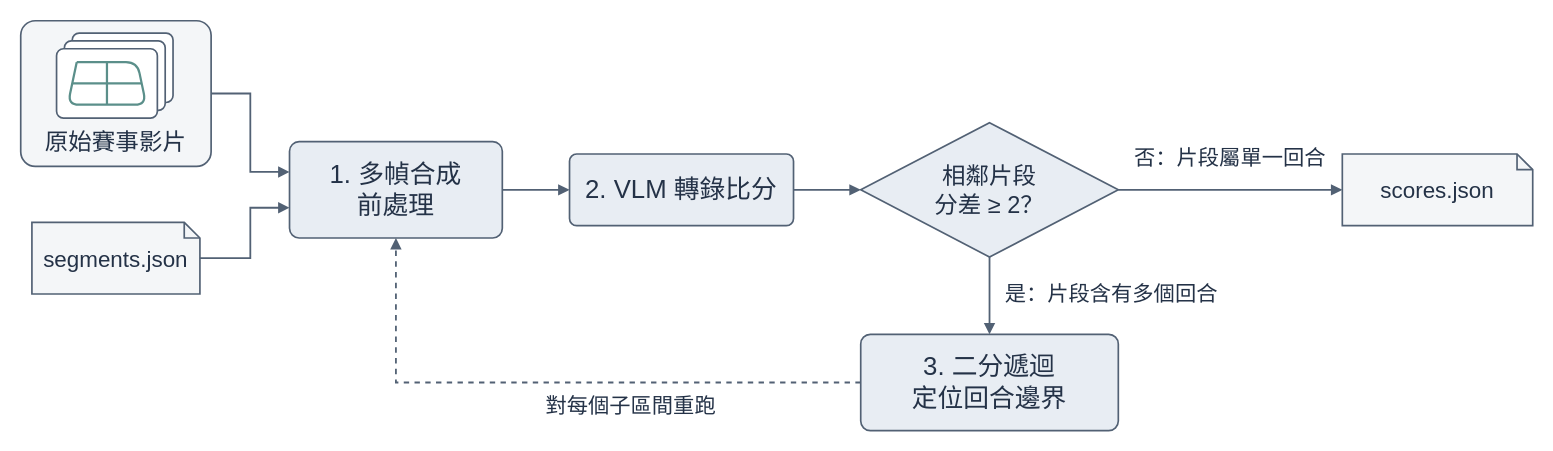
Before: docs/figures/report/score-recognition.drawio in 2026bmtproject/badminton-analysis-system, a draw.io diagram. Source tidied: cells renumbered, new cells numbered last; positions are measured from the earlier drawing's top-left corner, leaving out a move shared by most shapes. Both pictures are drawn from the tidied source at 112%, with x=0, y=0 at pixel (20, 20).
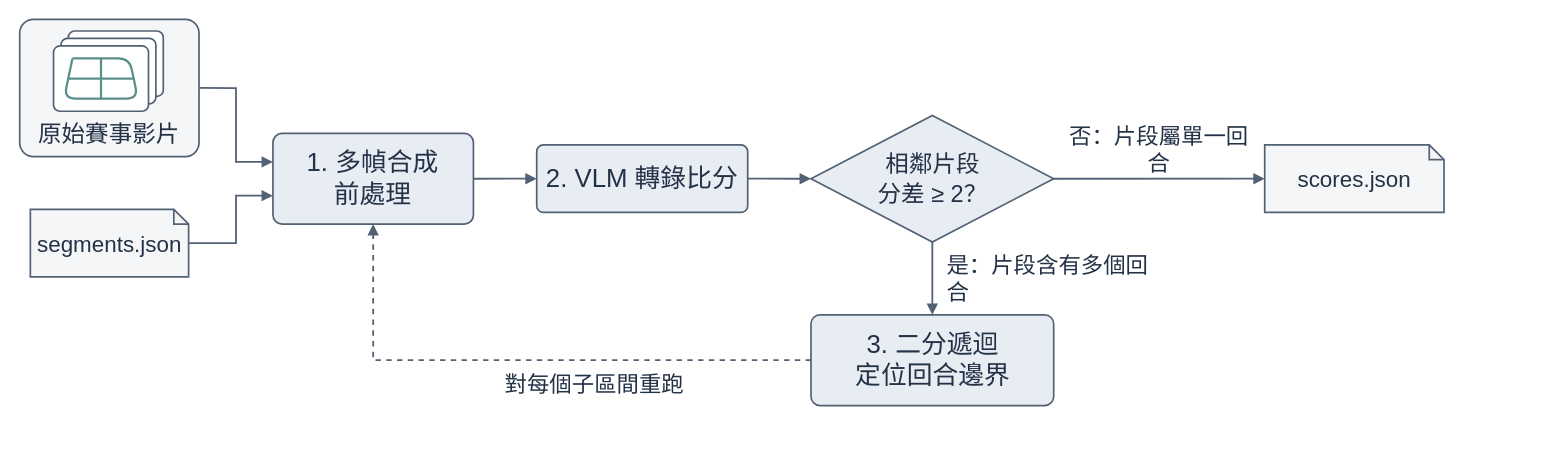
The same diagram, later.

The edit, as a diff of the source:
```diff
@@
     <mxCell id="2" style="rounded=1;arcSize=10;fillColor=#F4F6F8;strokeColor=#526174;strokeWidth=1.5;dashed=0;html=0;whiteSpace=wrap;align=center;verticalAlign=middle;fontFamily=Arial Unicode MS;fontSize=23;fontColor=#243247;" parent="1" vertex="1">
-      <mxGeometry width="170" height="130" as="geometry" />
+      <mxGeometry x="-0.9" y="-1.2" width="160.1" height="122.5" as="geometry" />
     </mxCell>
     <mxCell id="3" value="原始賽事影片" style="text;html=0;whiteSpace=wrap;align=center;verticalAlign=middle;fontFamily=Arial Unicode MS;fontSize=21;fontColor=#243247;align=center;" parent="1" vertex="1">
-      <mxGeometry y="90" width="170" height="36" as="geometry" />
+      <mxGeometry x="-0.9" y="83.6" width="160.1" height="33.9" as="geometry" />
     </mxCell>
     <mxCell id="4" style="rounded=1;arcSize=10;fillColor=#FFFFFF;strokeColor=#526174;strokeWidth=1.5;dashed=0;html=0;whiteSpace=wrap;align=center;verticalAlign=middle;fontFamily=Arial Unicode MS;fontSize=23;fontColor=#243247;" parent="1" vertex="1">
-      <mxGeometry x="46" y="11" width="90" height="62" as="geometry" />
+      <mxGeometry x="42.5" y="9.2" width="84.8" height="58.4" as="geometry" />
     </mxCell>
     <mxCell id="5" style="rounded=1;arcSize=10;fillColor=#FFFFFF;strokeColor=#526174;strokeWidth=1.5;dashed=0;html=0;whiteSpace=wrap;align=center;verticalAlign=middle;fontFamily=Arial Unicode MS;fontSize=23;fontColor=#243247;" parent="1" vertex="1">
-      <mxGeometry x="39" y="18" width="90" height="62" as="geometry" />
+      <mxGeometry x="35.9" y="15.8" width="84.8" height="58.4" as="geometry" />
     </mxCell>
     <mxCell id="6" style="rounded=1;arcSize=10;fillColor=#FFFFFF;strokeColor=#526174;strokeWidth=1.5;dashed=0;html=0;whiteSpace=wrap;align=center;verticalAlign=middle;fontFamily=Arial Unicode MS;fontSize=23;fontColor=#243247;" parent="1" vertex="1">
-      <mxGeometry x="32" y="25" width="90" height="62" as="geometry" />
+      <mxGeometry x="29.3" y="22.4" width="84.8" height="58.4" as="geometry" />
     </mxCell>
     <mxCell id="7" style="endArrow=none;strokeColor=#5B8F8A;strokeWidth=2;" parent="1" edge="1">
       <mxGeometry relative="1" as="geometry">
-        <mxPoint x="50" y="37" as="sourcePoint" />
-        <mxPoint x="50" y="37" as="targetPoint" />
+        <mxPoint x="46.2" y="33.7" as="sourcePoint" />
+        <mxPoint x="46.2" y="33.7" as="targetPoint" />
         <Array as="points">
-          <mxPoint x="104" y="37" />
-          <mxPoint x="112" y="75" />
-          <mxPoint x="42" y="75" />
+          <mxPoint x="97.1" y="33.7" />
+          <mxPoint x="104.6" y="69.5" />
+          <mxPoint x="38.7" y="69.5" />
         </Array>
       </mxGeometry>
     </mxCell>
     <mxCell id="8" style="endArrow=none;strokeColor=#5B8F8A;strokeWidth=2;" parent="1" edge="1">
       <mxGeometry relative="1" as="geometry">
-        <mxPoint x="46" y="56" as="sourcePoint" />
-        <mxPoint x="108" y="56" as="targetPoint" />
+        <mxPoint x="42.5" y="51.6" as="sourcePoint" />
+        <mxPoint x="100.9" y="51.6" as="targetPoint" />
       </mxGeometry>
     </mxCell>
     <mxCell id="9" style="endArrow=none;strokeColor=#5B8F8A;strokeWidth=2;" parent="1" edge="1">
       <mxGeometry relative="1" as="geometry">
-        <mxPoint x="77" y="37" as="sourcePoint" />
-        <mxPoint x="77" y="75" as="targetPoint" />
+        <mxPoint x="71.7" y="33.7" as="sourcePoint" />
+        <mxPoint x="71.7" y="69.5" as="targetPoint" />
       </mxGeometry>
     </mxCell>
-    <mxCell id="10" value="segments.json" style="shape=note;size=14;fillColor=#F4F6F8;strokeColor=#526174;strokeWidth=1.5;dashed=0;html=0;whiteSpace=wrap;align=center;verticalAlign=middle;fontFamily=Arial Unicode MS;fontSize=20;fontColor=#243247;" parent="1" vertex="1">
-      <mxGeometry x="10" y="180" width="150" height="64" as="geometry" />
+    <mxCell id="10" value="segments.json" style="shape=note;size=13.19;fillColor=#F4F6F8;strokeColor=#526174;strokeWidth=1.5;dashed=0;html=0;whiteSpace=wrap;align=center;verticalAlign=middle;fontFamily=Arial Unicode MS;fontSize=20;fontColor=#243247;" parent="1" vertex="1">
+      <mxGeometry x="8.6" y="168.4" width="141.3" height="60.3" as="geometry" />
     </mxCell>
     <mxCell id="11" value="1. 多幀合成&#10;前處理" style="rounded=1;arcSize=10;fillColor=#E8EDF3;strokeColor=#526174;strokeWidth=1.5;dashed=0;html=0;whiteSpace=wrap;align=center;verticalAlign=middle;fontFamily=Arial Unicode MS;fontSize=23;fontColor=#243247;" parent="1" vertex="1">
-      <mxGeometry x="240" y="108" width="190" height="86" as="geometry" />
+      <mxGeometry x="225.2" y="100.6" width="179" height="81" as="geometry" />
     </mxCell>
     <mxCell id="12" value="2. VLM 轉錄比分" style="rounded=1;arcSize=10;fillColor=#E8EDF3;strokeColor=#526174;strokeWidth=1.5;dashed=0;html=0;whiteSpace=wrap;align=center;verticalAlign=middle;fontFamily=Arial Unicode MS;fontSize=23;fontColor=#243247;" parent="1" vertex="1">
-      <mxGeometry x="490" y="119" width="200" height="64" as="geometry" />
+      <mxGeometry x="460.7" y="110.9" width="188.4" height="60.3" as="geometry" />
     </mxCell>
     <mxCell id="13" value="相鄰片段&#10;分差 ≥ 2？" style="rhombus;fillColor=#E8EDF3;strokeColor=#526174;strokeWidth=1.5;html=0;whiteSpace=wrap;align=center;verticalAlign=middle;fontFamily=Arial Unicode MS;fontSize=21;fontColor=#243247;" parent="1" vertex="1">
-      <mxGeometry x="750" y="91" width="230" height="120" as="geometry" />
+      <mxGeometry x="705.6" y="84.6" width="216.7" height="113" as="geometry" />
     </mxCell>
-    <mxCell id="14" value="scores.json" style="shape=note;size=14;fillColor=#F4F6F8;strokeColor=#526174;strokeWidth=1.5;dashed=0;html=0;whiteSpace=wrap;align=center;verticalAlign=middle;fontFamily=Arial Unicode MS;fontSize=20;fontColor=#243247;" parent="1" vertex="1">
-      <mxGeometry x="1180" y="119" width="170" height="64" as="geometry" />
+    <mxCell id="14" value="scores.json" style="shape=note;size=13.19;fillColor=#F4F6F8;strokeColor=#526174;strokeWidth=1.5;dashed=0;html=0;whiteSpace=wrap;align=center;verticalAlign=middle;fontFamily=Arial Unicode MS;fontSize=20;fontColor=#243247;" parent="1" vertex="1">
+      <mxGeometry x="1110.7" y="110.9" width="160.1" height="60.3" as="geometry" />
     </mxCell>
     <mxCell id="15" value="3. 二分遞迴&#10;定位回合邊界" style="rounded=1;arcSize=10;fillColor=#E8EDF3;strokeColor=#526174;strokeWidth=1.5;dashed=0;html=0;whiteSpace=wrap;align=center;verticalAlign=middle;fontFamily=Arial Unicode MS;fontSize=23;fontColor=#243247;" parent="1" vertex="1">
-      <mxGeometry x="750" y="280" width="230" height="86" as="geometry" />
+      <mxGeometry x="705.6" y="262.6" width="216.7" height="81" as="geometry" />
     </mxCell>
     <mxCell id="16" style="edgeStyle=none;rounded=0;html=0;endArrow=block;endFill=1;strokeColor=#526174;strokeWidth=1.6;dashed=0;exitX=1.0000;exitY=0.5000;exitPerimeter=0;entryX=0.0000;entryY=0.3140;entryPerimeter=0;" parent="1" edge="1" source="2" target="11">
       <mxGeometry relative="1" as="geometry">
         <Array as="points">
-          <mxPoint x="205" y="65" />
-          <mxPoint x="205" y="135" />
+          <mxPoint x="192.2" y="60.1" />
+          <mxPoint x="192.2" y="126" />
         </Array>
       </mxGeometry>
     </mxCell>
     <mxCell id="17" style="edgeStyle=none;rounded=0;html=0;endArrow=block;endFill=1;strokeColor=#526174;strokeWidth=1.6;dashed=0;exitX=1.0000;exitY=0.5000;exitPerimeter=0;entryX=0.0000;entryY=0.6860;entryPerimeter=0;" parent="1" edge="1" source="10" target="11">
       <mxGeometry relative="1" as="geometry">
         <Array as="points">
-          <mxPoint x="205" y="212" />
-          <mxPoint x="205" y="167" />
+          <mxPoint x="192.2" y="198.6" />
+          <mxPoint x="192.2" y="156.2" />
         </Array>
       </mxGeometry>
     </mxCell>
@@
-    <mxCell id="21" value="否：片段屬單一回合" style="text;html=0;whiteSpace=wrap;align=center;verticalAlign=middle;fontFamily=Arial Unicode MS;fontSize=19;fontColor=#243247;align=center;" parent="1" vertex="1">
-      <mxGeometry x="985" y="108" width="190" height="30" as="geometry" />
+    <mxCell id="21" value="否：片段屬單一回合" style="text;html=0;whiteSpace=wrap;align=center;verticalAlign=middle;fontFamily=Arial Unicode MS;fontSize=20;fontColor=#243247;align=center;" parent="1" vertex="1">
+      <mxGeometry x="927" y="100.6" width="179" height="28.3" as="geometry" />
     </mxCell>
@@
-    <mxCell id="23" value="是：片段含有多個回合" style="text;html=0;whiteSpace=wrap;align=center;verticalAlign=middle;fontFamily=Arial Unicode MS;fontSize=19;fontColor=#243247;align=left;" parent="1" vertex="1">
-      <mxGeometry x="877" y="230" width="210" height="30" as="geometry" />
+    <mxCell id="23" value="是：片段含有多個回合" style="text;html=0;whiteSpace=wrap;align=center;verticalAlign=middle;fontFamily=Arial Unicode MS;fontSize=20;fontColor=#243247;align=left;" parent="1" vertex="1">
+      <mxGeometry x="825.3" y="215.5" width="197.8" height="28.3" as="geometry" />
     </mxCell>
     <mxCell id="24" style="edgeStyle=none;rounded=0;html=0;endArrow=block;endFill=1;strokeColor=#526174;strokeWidth=1.6;dashed=1;exitX=0.0000;exitY=0.5000;exitPerimeter=0;entryX=0.5000;entryY=1.0000;entryPerimeter=0;" parent="1" edge="1" source="15" target="11">
       <mxGeometry relative="1" as="geometry">
         <Array as="points">
-          <mxPoint x="335" y="323" />
+          <mxPoint x="314.7" y="303.1" />
         </Array>
       </mxGeometry>
     </mxCell>
-    <mxCell id="25" value="對每個子區間重跑" style="text;html=0;whiteSpace=wrap;align=center;verticalAlign=middle;fontFamily=Arial Unicode MS;fontSize=19;fontColor=#243247;align=center;" parent="1" vertex="1">
-      <mxGeometry x="365" y="330" width="360" height="30" as="geometry" />
+    <mxCell id="25" value="對每個子區間重跑" style="text;html=0;whiteSpace=wrap;align=center;verticalAlign=middle;fontFamily=Arial Unicode MS;fontSize=20;fontColor=#243247;align=center;" parent="1" vertex="1">
+      <mxGeometry x="343" y="309.7" width="339.1" height="28.3" as="geometry" />
     </mxCell>
```
